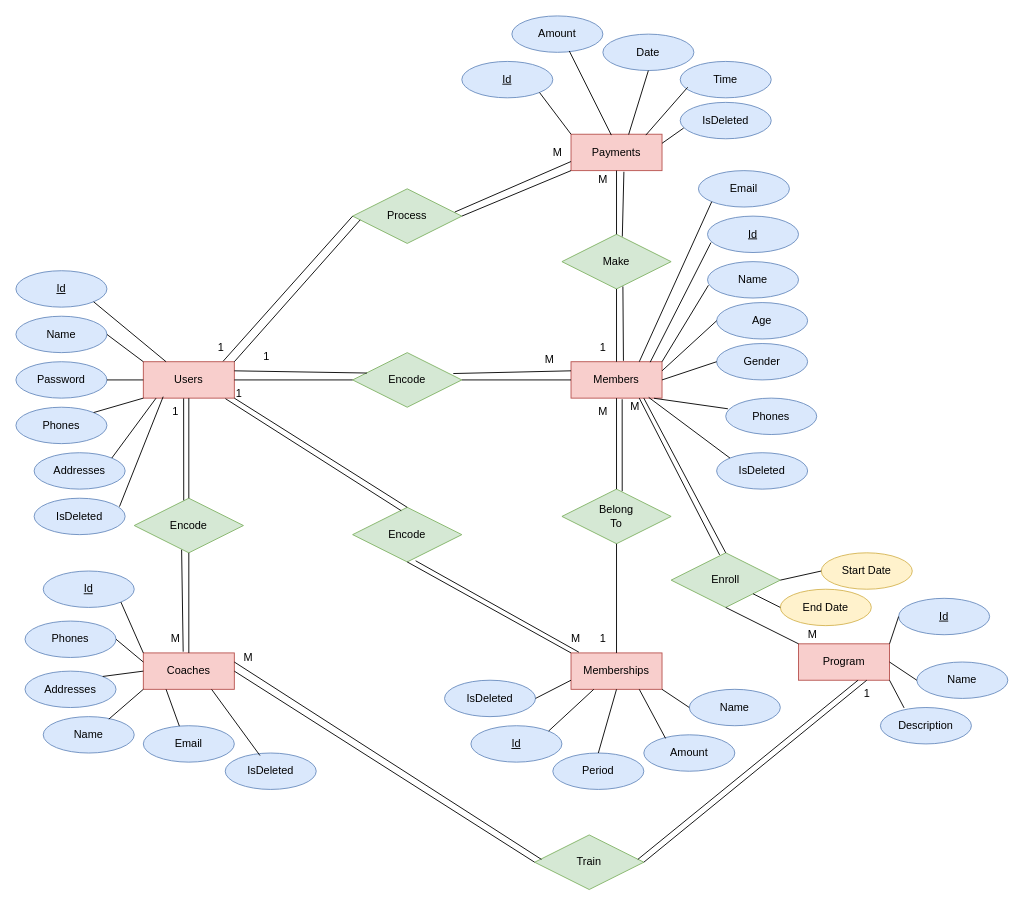
Earlier version of the draw.io diagram docs/ERD-Gym-Management-System.drawio (Saramohamed13/Gym-Management-System). Source tidied: cells renumbered, new cells numbered last; positions are measured from the earlier drawing's top-left corner, leaving out a move shared by most shapes. Both pictures are drawn from the tidied source at 91%, with x=0, y=0 at pixel (15, 15).
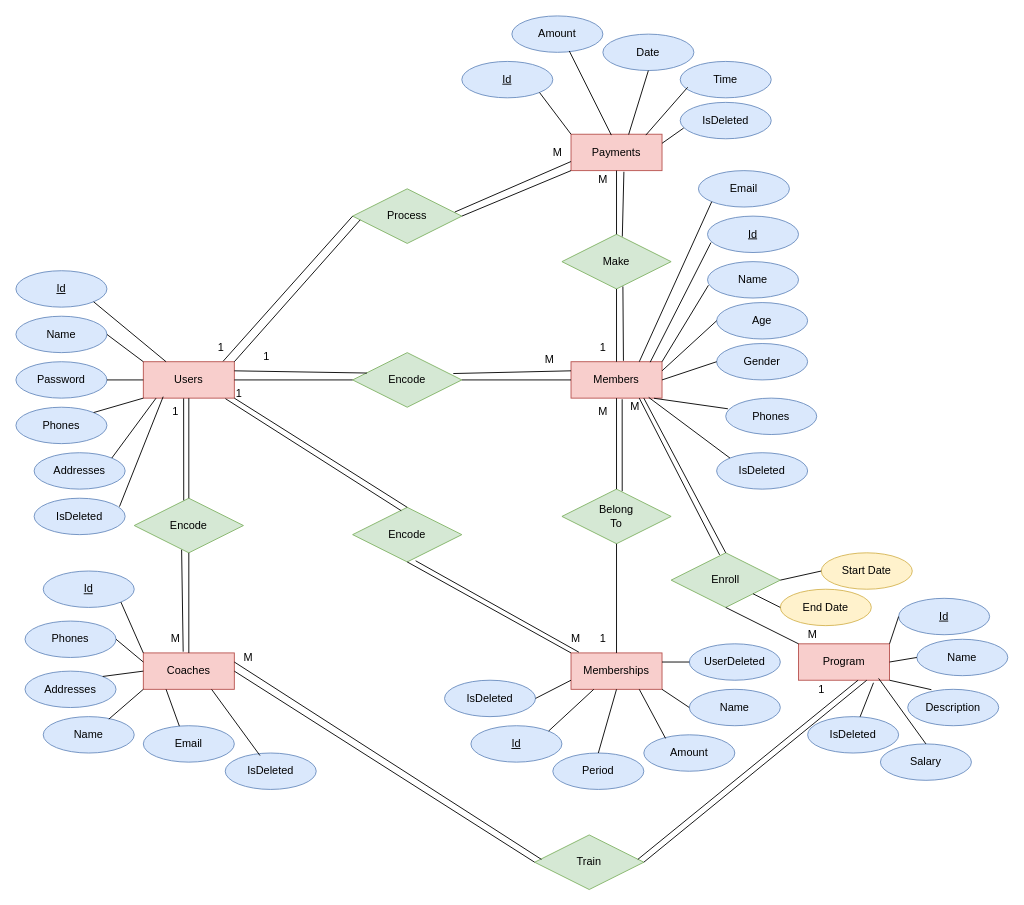
The same page after the edit.

Unchanged cells that the change refers to:
```xml
<mxCell id="19" value="Memberships" style="whiteSpace=wrap;html=1;align=center;fillColor=#f8cecc;strokeColor=#b85450;" parent="1" vertex="1">
  <mxGeometry x="610" y="700" width="100" height="40" as="geometry" />
</mxCell>
<mxCell id="49" value="Program" style="whiteSpace=wrap;html=1;align=center;fillColor=#f8cecc;strokeColor=#b85450;" parent="1" vertex="1">
  <mxGeometry x="860" y="690" width="100" height="40" as="geometry" />
</mxCell>
```

The edit, as a diff of the source:
```diff
@@
     <mxCell id="104" value="Name" style="ellipse;whiteSpace=wrap;html=1;align=center;fillColor=#dae8fc;strokeColor=#6c8ebf;" parent="1" vertex="1">
-      <mxGeometry x="990" y="710" width="100" height="40" as="geometry" />
+      <mxGeometry x="990" y="685" width="100" height="40" as="geometry" />
     </mxCell>
@@
     <mxCell id="113" value="1" style="text;html=1;align=center;verticalAlign=middle;strokeColor=none;fillColor=none;" parent="1" vertex="1">
-      <mxGeometry x="920" y="730" width="30" height="30" as="geometry" />
+      <mxGeometry x="870" y="725" width="30" height="30" as="geometry" />
     </mxCell>
@@
     <mxCell id="128" value="Description" style="ellipse;whiteSpace=wrap;html=1;align=center;fillColor=#dae8fc;strokeColor=#6c8ebf;" parent="1" vertex="1">
-      <mxGeometry x="950" y="760" width="100" height="40" as="geometry" />
+      <mxGeometry x="980" y="740" width="100" height="40" as="geometry" />
     </mxCell>
@@
+    <mxCell id="130" value="Salary" style="ellipse;whiteSpace=wrap;html=1;align=center;fillColor=#dae8fc;strokeColor=#6c8ebf;" parent="1" vertex="1">
+      <mxGeometry x="950" y="800" width="100" height="40" as="geometry" />
+    </mxCell>
+    <mxCell id="131" style="endArrow=none;html=1;rounded=0;entryX=0.5;entryY=0;entryDx=0;entryDy=0;exitX=0.88;exitY=0.95;exitDx=0;exitDy=0;exitPerimeter=0;" parent="1" edge="1" source="49" target="130">
+      <mxGeometry relative="1" as="geometry" />
+    </mxCell>
+    <mxCell id="132" value="IsDeleted" style="ellipse;whiteSpace=wrap;html=1;align=center;fillColor=#dae8fc;strokeColor=#6c8ebf;" parent="1" vertex="1">
+      <mxGeometry x="870" y="770" width="100" height="40" as="geometry" />
+    </mxCell>
+    <mxCell id="133" style="endArrow=none;html=1;rounded=0;exitX=0.824;exitY=1.07;exitDx=0;exitDy=0;exitPerimeter=0;" parent="1" edge="1" source="49" target="132">
+      <mxGeometry relative="1" as="geometry" />
+    </mxCell>
+    <mxCell id="134" value="UserDeleted" style="ellipse;whiteSpace=wrap;html=1;align=center;fillColor=#dae8fc;strokeColor=#6c8ebf;" parent="1" vertex="1">
+      <mxGeometry x="740" y="690" width="100" height="40" as="geometry" />
+    </mxCell>
+    <mxCell id="135" style="endArrow=none;html=1;rounded=0;exitX=0;exitY=0.5;exitDx=0;exitDy=0;entryX=1;entryY=0.25;entryDx=0;entryDy=0;" parent="1" edge="1" source="134" target="19">
+      <mxGeometry relative="1" as="geometry" />
+    </mxCell>
```
